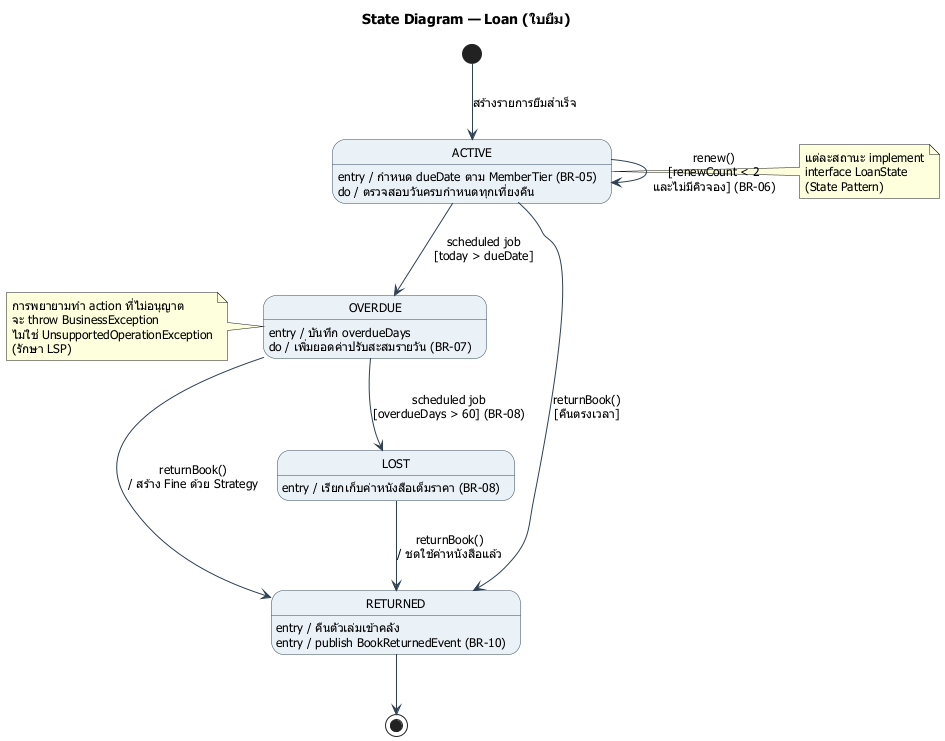
Above: doc/diagrams/png/09-state-loan.png in boatrocl/library_book_management (PlantUML), before the change. Its diagram source:
```plantuml
@startuml 09-state-loan
title State Diagram — Loan (ใบยืม)

skinparam defaultFontName "Tahoma"
skinparam defaultFontSize 12
skinparam shadowing false
skinparam state {
  BackgroundColor #EAF2F8
  BorderColor #34495E
  ArrowColor #2E4053
}

[*] --> ACTIVE : สร้างรายการยืมสำเร็จ

state ACTIVE {
  ACTIVE : entry / กำหนด dueDate ตาม MemberTier (BR-05)
  ACTIVE : do / ตรวจสอบวันครบกำหนดทุกเที่ยงคืน
}

state OVERDUE {
  OVERDUE : entry / บันทึก overdueDays
  OVERDUE : do / เพิ่มยอดค่าปรับสะสมรายวัน (BR-07)
}

state RETURNED {
  RETURNED : entry / คืนตัวเล่มเข้าคลัง
  RETURNED : entry / publish BookReturnedEvent (BR-10)
}

state LOST {
  LOST : entry / เรียกเก็บค่าหนังสือเต็มราคา (BR-08)
}

ACTIVE --> ACTIVE : renew()\n[renewCount < 2\nและไม่มีคิวจอง] (BR-06)
ACTIVE --> OVERDUE : scheduled job\n[today > dueDate]
ACTIVE --> RETURNED : returnBook()\n[คืนตรงเวลา]

OVERDUE --> RETURNED : returnBook()\n/ สร้าง Fine ด้วย Strategy
OVERDUE --> LOST : scheduled job\n[overdueDays > 60] (BR-08)

LOST --> RETURNED : returnBook()\n/ ชดใช้ค่าหนังสือแล้ว

RETURNED --> [*]

note right of ACTIVE
  แต่ละสถานะ implement
  interface LoanState
  (State Pattern)
end note

note left of OVERDUE
  การพยายามทำ action ที่ไม่อนุญาต
  จะ throw BusinessException
  ไม่ใช่ UnsupportedOperationException
  (รักษา LSP)
end note

@enduml
```
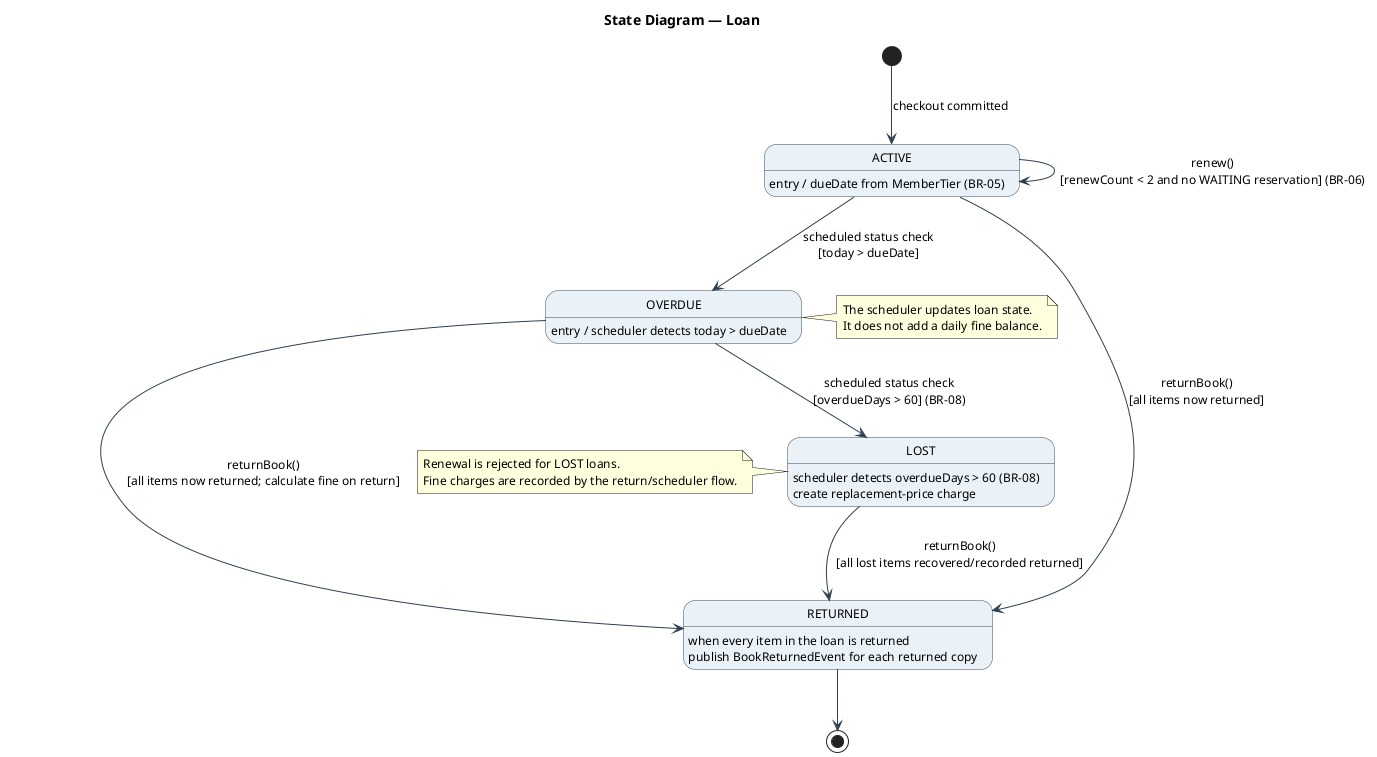
The same diagram one commit later.

What changed in the source:
```diff
@@ -1,5 +1,5 @@
 @startuml 09-state-loan
-title State Diagram — Loan (ใบยืม)
+title State Diagram — Loan
 
 skinparam defaultFontName "Tahoma"
 skinparam defaultFontSize 12
@@ -10,49 +10,44 @@
   ArrowColor #2E4053
 }
 
-[*] --> ACTIVE : สร้างรายการยืมสำเร็จ
+[*] --> ACTIVE : checkout committed
 
 state ACTIVE {
-  ACTIVE : entry / กำหนด dueDate ตาม MemberTier (BR-05)
-  ACTIVE : do / ตรวจสอบวันครบกำหนดทุกเที่ยงคืน
+  ACTIVE : entry / dueDate from MemberTier (BR-05)
 }
 
 state OVERDUE {
-  OVERDUE : entry / บันทึก overdueDays
-  OVERDUE : do / เพิ่มยอดค่าปรับสะสมรายวัน (BR-07)
+  OVERDUE : entry / scheduler detects today > dueDate
 }
 
 state RETURNED {
-  RETURNED : entry / คืนตัวเล่มเข้าคลัง
-  RETURNED : entry / publish BookReturnedEvent (BR-10)
+  RETURNED : when every item in the loan is returned
+  RETURNED : publish BookReturnedEvent for each returned copy
 }
 
 state LOST {
-  LOST : entry / เรียกเก็บค่าหนังสือเต็มราคา (BR-08)
+  LOST : scheduler detects overdueDays > 60 (BR-08)
+  LOST : create replacement-price charge
 }
 
-ACTIVE --> ACTIVE : renew()\n[renewCount < 2\nและไม่มีคิวจอง] (BR-06)
-ACTIVE --> OVERDUE : scheduled job\n[today > dueDate]
-ACTIVE --> RETURNED : returnBook()\n[คืนตรงเวลา]
+ACTIVE --> ACTIVE : renew()\n[renewCount < 2 and no WAITING reservation] (BR-06)
+ACTIVE --> OVERDUE : scheduled status check\n[today > dueDate]
+ACTIVE --> RETURNED : returnBook()\n[all items now returned]
 
-OVERDUE --> RETURNED : returnBook()\n/ สร้าง Fine ด้วย Strategy
-OVERDUE --> LOST : scheduled job\n[overdueDays > 60] (BR-08)
-
-LOST --> RETURNED : returnBook()\n/ ชดใช้ค่าหนังสือแล้ว
+OVERDUE --> RETURNED : returnBook()\n[all items now returned; calculate fine on return]
+OVERDUE --> LOST : scheduled status check\n[overdueDays > 60] (BR-08)
+LOST --> RETURNED : returnBook()\n[all lost items recovered/recorded returned]
 
 RETURNED --> [*]
 
-note right of ACTIVE
-  แต่ละสถานะ implement
-  interface LoanState
-  (State Pattern)
+note right of OVERDUE
+  The scheduler updates loan state.
+  It does not add a daily fine balance.
 end note
 
-note left of OVERDUE
-  การพยายามทำ action ที่ไม่อนุญาต
-  จะ throw BusinessException
-  ไม่ใช่ UnsupportedOperationException
-  (รักษา LSP)
+note left of LOST
+  Renewal is rejected for LOST loans.
+  Fine charges are recorded by the return/scheduler flow.
 end note
 
 @enduml
```
